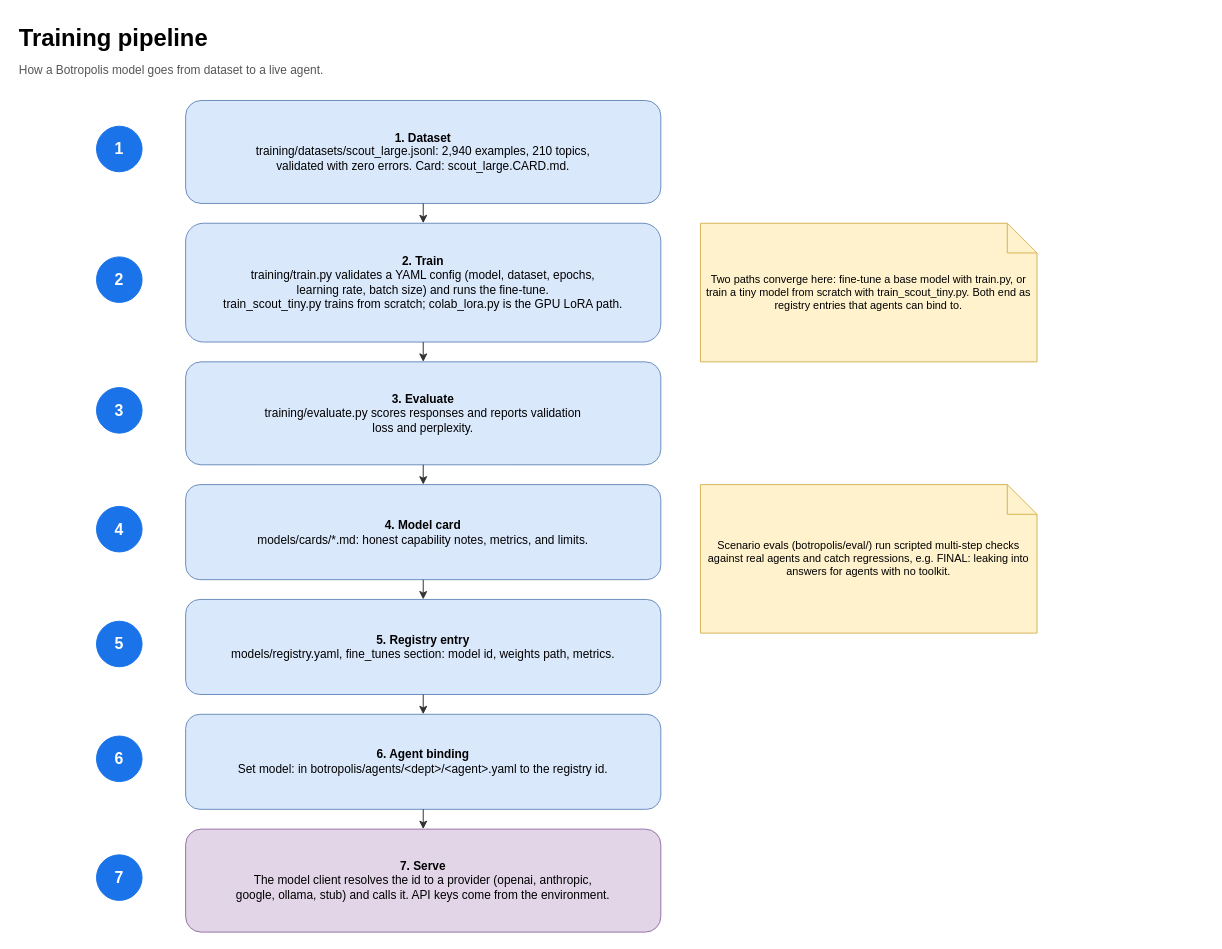
This is page "Training pipeline" (4 of 4) of docs/architecture.drawio from kagithamanoj/botropolis, a draw.io file, before an edit. Source tidied: cells renumbered, new cells numbered last; positions are measured from the earlier drawing's top-left corner, leaving out a move shared by most shapes. Both pictures are drawn from the tidied source at 99%, with x=0, y=0 at pixel (17, 17).
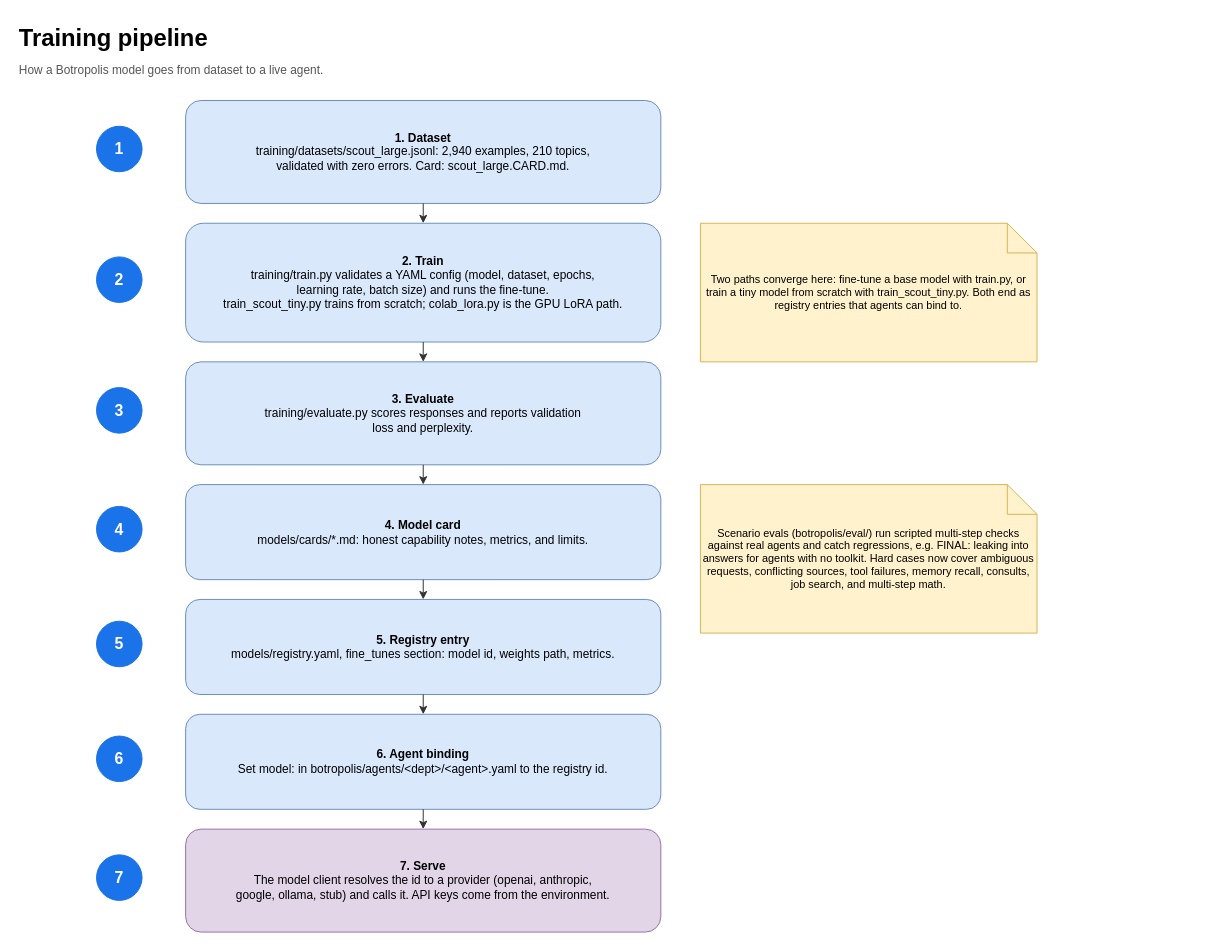
The same diagram, later.

Commit message (it also covers changes not shown here):
Refresh the architecture diagrams for the harness and memory

The edit, as a diff of the source:
```diff
@@
-    <mxCell id="25" value="Scenario evals (botropolis/eval/) run scripted multi-step checks against real agents and catch regressions, e.g. FINAL: leaking into answers for agents with no toolkit." style="shape=note;whiteSpace=wrap;html=1;backgroundOutline=1;fillColor=#fff2cc;strokeColor=#d6b656;fontSize=11;" parent="1" vertex="1">
+    <mxCell id="25" value="Scenario evals (botropolis/eval/) run scripted multi-step checks against real agents and catch regressions, e.g. FINAL: leaking into answers for agents with no toolkit. Hard cases now cover ambiguous requests, conflicting sources, tool failures, memory recall, consults, job search, and multi-step math." style="shape=note;whiteSpace=wrap;html=1;backgroundOutline=1;fillColor=#fff2cc;strokeColor=#d6b656;fontSize=11;" parent="1" vertex="1">
       <mxGeometry x="690" y="472" width="340" height="150" as="geometry" />
     </mxCell>
```
